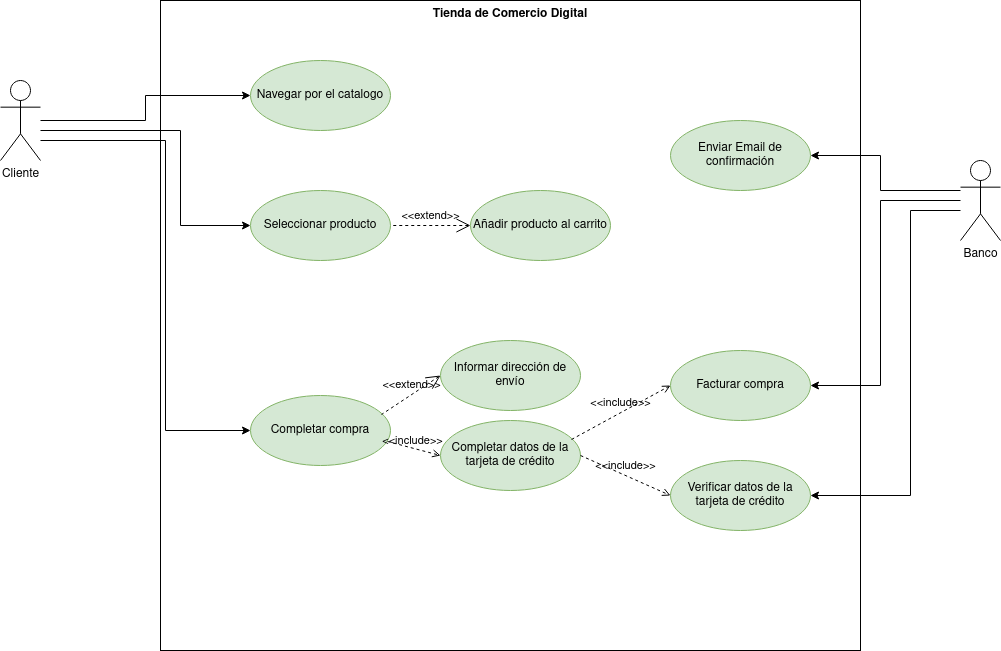
Above: Tienda_de_Comercio_Electrónico.png in alejandrosalazargonzalez/Examen-te-rico-ETS (draw.io), before the change. Source tidied: cells renumbered, new cells last; positions are measured from the earlier drawing's top-left corner, leaving out a move shared by most shapes.
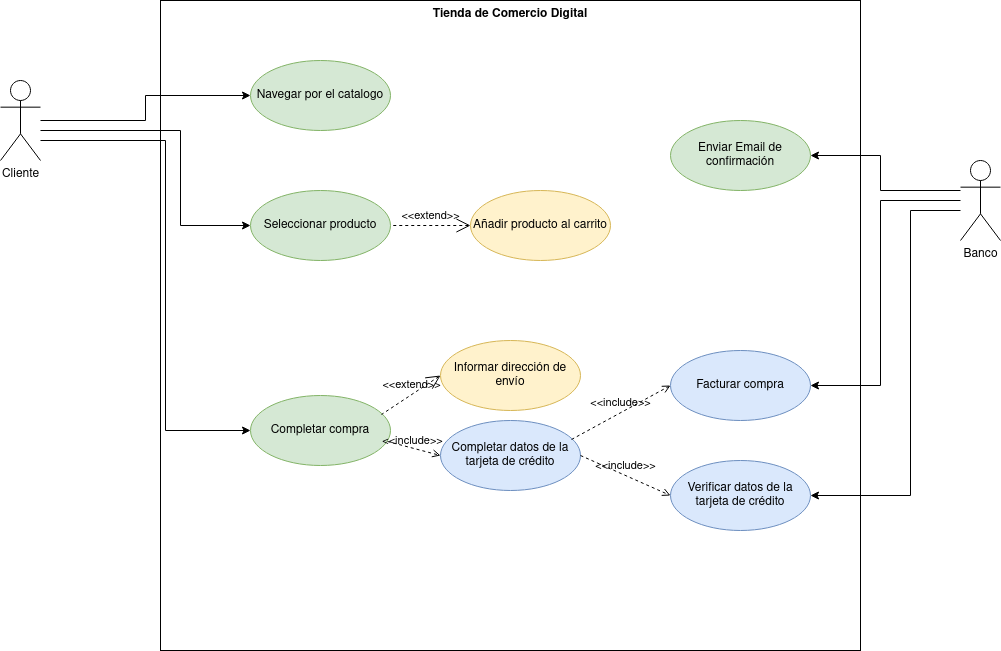
The same file after the commit.

What changed in the source:
```diff
@@ -33,16 +33,16 @@
     <mxCell id="8" value="Seleccionar producto" style="ellipse;whiteSpace=wrap;html=1;fillColor=#d5e8d4;strokeColor=#82b366;" parent="1" vertex="1">
       <mxGeometry x="250" y="190" width="140" height="70" as="geometry" />
     </mxCell>
-    <mxCell id="9" value="Añadir producto al carrito" style="ellipse;whiteSpace=wrap;html=1;fillColor=#d5e8d4;strokeColor=#82b366;" parent="1" vertex="1">
+    <mxCell id="9" value="Añadir producto al carrito" style="ellipse;whiteSpace=wrap;html=1;fillColor=#fff2cc;strokeColor=#d6b656;" parent="1" vertex="1">
       <mxGeometry x="470" y="190" width="140" height="70" as="geometry" />
     </mxCell>
     <mxCell id="10" value="&lt;div&gt;Completar compra&lt;/div&gt;" style="ellipse;whiteSpace=wrap;html=1;fillColor=#d5e8d4;strokeColor=#82b366;" parent="1" vertex="1">
       <mxGeometry x="250" y="395" width="140" height="70" as="geometry" />
     </mxCell>
-    <mxCell id="11" value="Informar dirección de envío" style="ellipse;whiteSpace=wrap;html=1;fillColor=#d5e8d4;strokeColor=#82b366;" parent="1" vertex="1">
+    <mxCell id="11" value="Informar dirección de envío" style="ellipse;whiteSpace=wrap;html=1;fillColor=#fff2cc;strokeColor=#d6b656;" parent="1" vertex="1">
       <mxGeometry x="440" y="340" width="140" height="70" as="geometry" />
     </mxCell>
-    <mxCell id="12" value="Completar datos de la tarjeta de crédito" style="ellipse;whiteSpace=wrap;html=1;fillColor=#d5e8d4;strokeColor=#82b366;" parent="1" vertex="1">
+    <mxCell id="12" value="Completar datos de la tarjeta de crédito" style="ellipse;whiteSpace=wrap;html=1;fillColor=#dae8fc;strokeColor=#6c8ebf;" parent="1" vertex="1">
       <mxGeometry x="440" y="420" width="140" height="70" as="geometry" />
     </mxCell>
     <mxCell id="13" style="edgeStyle=orthogonalEdgeStyle;rounded=0;jettySize=auto;html=1;entryX=1;entryY=0.5;entryDx=0;entryDy=0;" parent="1" edge="1" source="16" target="19">
@@ -78,13 +78,13 @@
     <mxCell id="18" value="&amp;lt;&amp;lt;include&amp;gt;&amp;gt;" style="edgeStyle=none;html=1;endArrow=open;verticalAlign=bottom;dashed=1;labelBackgroundColor=none;rounded=0;exitX=0.979;exitY=0.657;exitDx=0;exitDy=0;exitPerimeter=0;entryX=0;entryY=0.5;entryDx=0;entryDy=0;" parent="1" edge="1" source="10" target="12">
       <mxGeometry x="-0.06" y="-2" relative="1" as="geometry" />
     </mxCell>
-    <mxCell id="19" value="Verificar datos de la tarjeta de crédito" style="ellipse;whiteSpace=wrap;html=1;fillColor=#d5e8d4;strokeColor=#82b366;" parent="1" vertex="1">
+    <mxCell id="19" value="Verificar datos de la tarjeta de crédito" style="ellipse;whiteSpace=wrap;html=1;fillColor=#dae8fc;strokeColor=#6c8ebf;" parent="1" vertex="1">
       <mxGeometry x="670" y="460" width="140" height="70" as="geometry" />
     </mxCell>
     <mxCell id="20" value="&amp;lt;&amp;lt;include&amp;gt;&amp;gt;" style="edgeStyle=none;html=1;endArrow=open;verticalAlign=bottom;dashed=1;labelBackgroundColor=none;rounded=0;exitX=1;exitY=0.5;exitDx=0;exitDy=0;entryX=0;entryY=0.5;entryDx=0;entryDy=0;" parent="1" edge="1" source="12" target="19">
       <mxGeometry relative="1" as="geometry" />
     </mxCell>
-    <mxCell id="21" value="Facturar compra" style="ellipse;whiteSpace=wrap;html=1;fillColor=#d5e8d4;strokeColor=#82b366;" parent="1" vertex="1">
+    <mxCell id="21" value="Facturar compra" style="ellipse;whiteSpace=wrap;html=1;fillColor=#dae8fc;strokeColor=#6c8ebf;" parent="1" vertex="1">
       <mxGeometry x="670" y="350" width="140" height="70" as="geometry" />
     </mxCell>
     <mxCell id="22" value="Enviar Email de confirmación" style="ellipse;whiteSpace=wrap;html=1;fillColor=#d5e8d4;strokeColor=#82b366;" parent="1" vertex="1">
```
